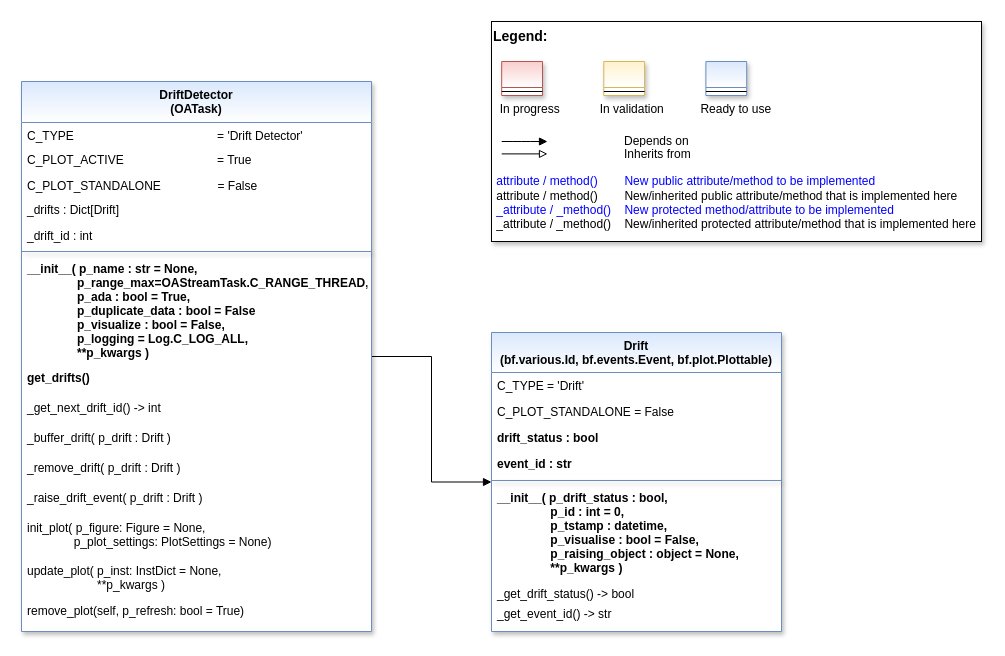
The draw.io diagram doc/rtd/content/99_appendices/appendix2/sub/pool/mlpro_oa/streams/tasks/drift_detectors/images/MLPro-OA-Drift-Detectors_class_diagram.drawio in fhswf/MLPro, before the edit. Source tidied: cells renumbered, new cells numbered last; positions are measured from the earlier drawing's top-left corner, leaving out a move shared by most shapes. Both pictures are drawn from the tidied source at 100%, with x=0, y=0 at pixel (21, 21).
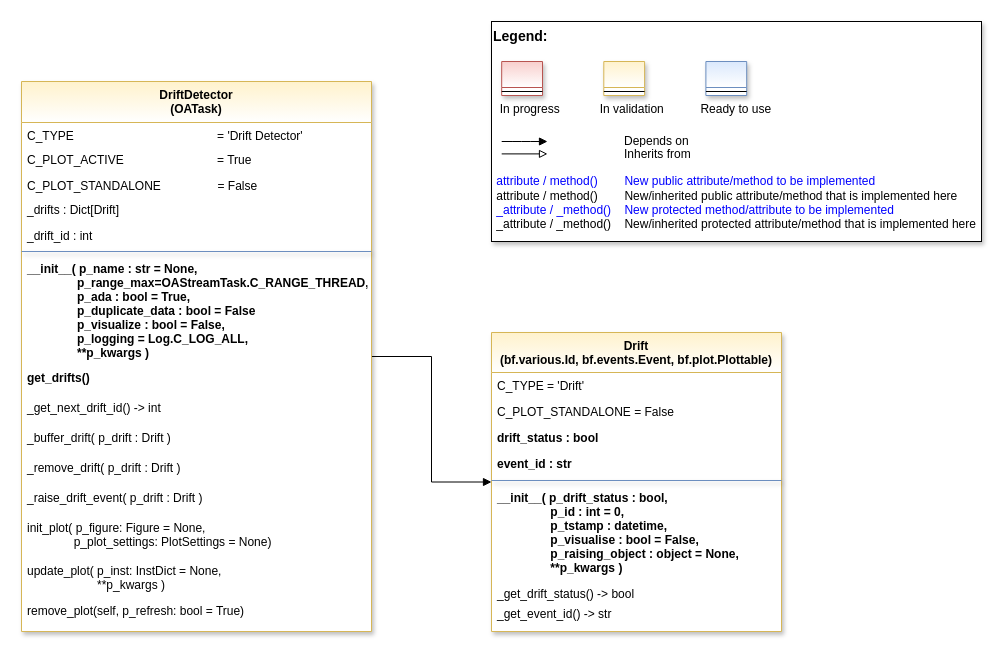
Above is the later version.

Commit message (it also covers changes not shown here):
Refact: Separation of anomaly detection from drift detection #1133

Change to the diagram source:
```diff
@@
-    <mxCell id="13" value="DriftDetector&#10;(OATask)" style="swimlane;align=center;verticalAlign=top;horizontal=1;startSize=41;rounded=0;shadow=1;strokeWidth=1;fillColor=#dae8fc;strokeColor=#6c8ebf;swimlaneFillColor=#ffffff;gradientColor=#ffffff;" parent="1" vertex="1">
+    <mxCell id="13" value="DriftDetector&#10;(OATask)" style="swimlane;align=center;verticalAlign=top;horizontal=1;startSize=41;rounded=0;shadow=1;strokeWidth=1;fillColor=#fff2cc;strokeColor=#d6b656;swimlaneFillColor=#ffffff;gradientColor=#FFFFFF;" parent="1" vertex="1">
       <mxGeometry y="60" width="350" height="550" as="geometry" />
     </mxCell>
@@
-    <mxCell id="29" value="Drift&#10;(bf.various.Id, bf.events.Event, bf.plot.Plottable)" style="swimlane;fontStyle=1;align=center;verticalAlign=top;horizontal=1;startSize=40;rounded=0;shadow=1;strokeWidth=1;fillColor=#dae8fc;strokeColor=#6c8ebf;swimlaneFillColor=#ffffff;gradientColor=#ffffff;fontFamily=Helvetica;fontSize=12;fontColor=default;" parent="1" vertex="1">
+    <mxCell id="29" value="Drift&#10;(bf.various.Id, bf.events.Event, bf.plot.Plottable)" style="swimlane;fontStyle=1;align=center;verticalAlign=top;horizontal=1;startSize=40;rounded=0;shadow=1;strokeWidth=1;fillColor=#fff2cc;strokeColor=#d6b656;swimlaneFillColor=#ffffff;fontFamily=Helvetica;fontSize=12;gradientColor=#FFFFFF;" parent="1" vertex="1">
       <mxGeometry x="470" y="311" width="290" height="299" as="geometry" />
     </mxCell>
```
